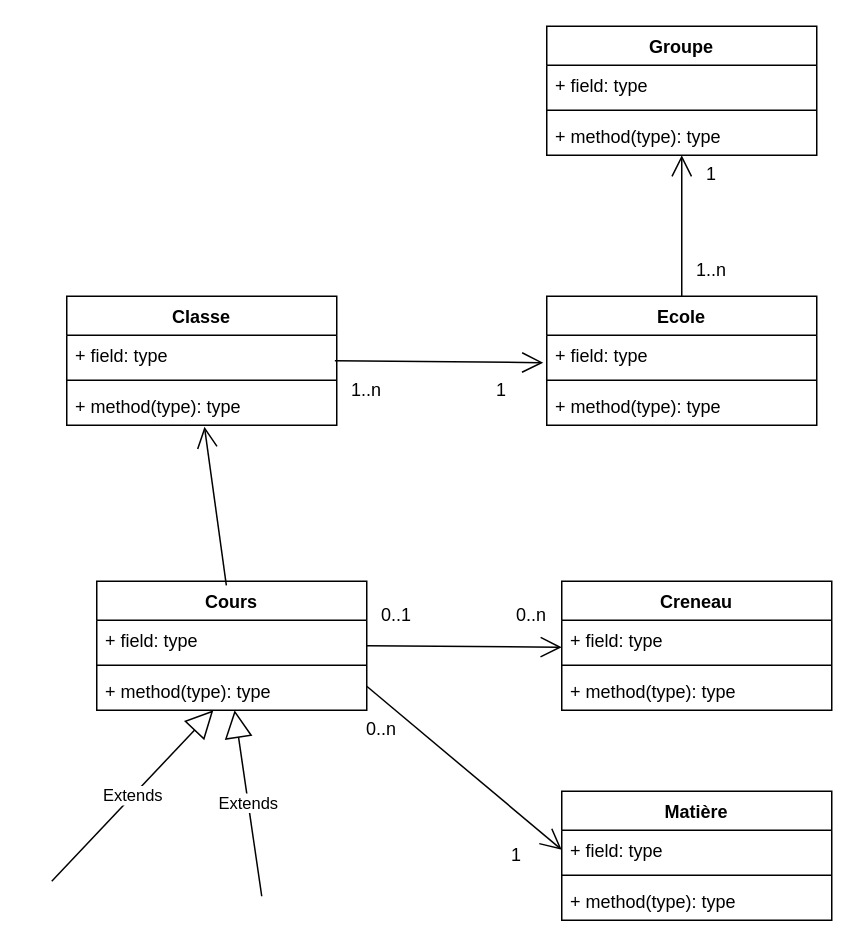
Before: page "Page-2" (2 of 2) of superhyperplanning/superhyperplanning.drawio in argonaultes-education/concept-objet-python-sn1, a draw.io diagram. Source tidied: cells renumbered, new cells numbered last; positions are measured from the earlier drawing's top-left corner, leaving out a move shared by most shapes. Both pictures are drawn from the tidied source at 150%, with x=0, y=0 at pixel (51, 26).
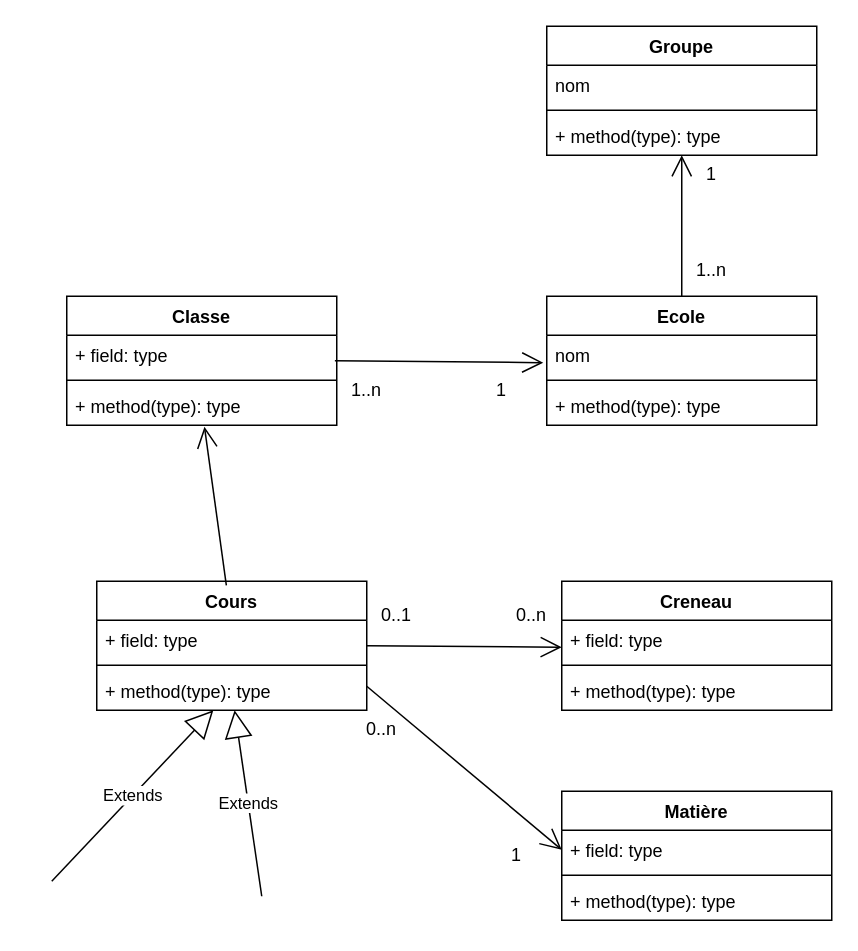
The same page after the edit.

The change refers to these unchanged cells:
```xml
<mxCell id="15" value="Ecole" style="swimlane;fontStyle=1;align=center;verticalAlign=top;horizontal=1;startSize=26;whiteSpace=wrap;html=1;" parent="1" vertex="1">
  <mxGeometry x="330" y="180" width="180" height="86" as="geometry" />
</mxCell>
<mxCell id="19" value="Groupe" style="swimlane;fontStyle=1;align=center;verticalAlign=top;horizontal=1;startSize=26;whiteSpace=wrap;html=1;" parent="1" vertex="1">
  <mxGeometry x="330" width="180" height="86" as="geometry" />
</mxCell>
```

What changed in the source:
```diff
@@
-    <mxCell id="16" value="+ field: type" style="text;strokeColor=none;fillColor=none;align=left;verticalAlign=top;spacingLeft=4;spacingRight=4;overflow=hidden;points=[[0,0.5],[1,0.5]];portConstraint=eastwest;whiteSpace=wrap;html=1;" parent="15" vertex="1">
+    <mxCell id="16" value="nom" style="text;strokeColor=none;fillColor=none;align=left;verticalAlign=top;spacingLeft=4;spacingRight=4;overflow=hidden;points=[[0,0.5],[1,0.5]];portConstraint=eastwest;whiteSpace=wrap;html=1;" parent="15" vertex="1">
       <mxGeometry y="26" width="180" height="26" as="geometry" />
     </mxCell>
@@
-    <mxCell id="20" value="+ field: type" style="text;strokeColor=none;fillColor=none;align=left;verticalAlign=top;spacingLeft=4;spacingRight=4;overflow=hidden;whiteSpace=wrap;html=1;" parent="19" vertex="1">
+    <mxCell id="20" value="nom" style="text;strokeColor=none;fillColor=none;align=left;verticalAlign=top;spacingLeft=4;spacingRight=4;overflow=hidden;whiteSpace=wrap;html=1;" parent="19" vertex="1">
       <mxGeometry y="26" width="180" height="26" as="geometry" />
     </mxCell>
```
